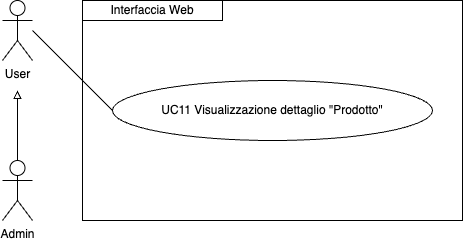
The draw.io diagram imgs/Uml/UC11.png in ShameIRL/farmacode, before a commit. Source tidied: cells renumbered, new cells last; positions are measured from the earlier drawing's top-left corner, leaving out a move shared by most shapes. The source it was exported from:
```xml
<mxGraphModel>
  <root>
    <mxCell id="0" />
    <mxCell id="1" parent="0" />
    <mxCell id="2" style="edgeStyle=orthogonalEdgeStyle;rounded=0;jettySize=auto;html=1;exitX=0.5;exitY=0;exitDx=0;exitDy=0;exitPerimeter=0;endArrow=block;endFill=0;" parent="1" edge="1" source="3">
      <mxGeometry relative="1" as="geometry">
        <mxPoint x="15" y="90" as="targetPoint" />
      </mxGeometry>
    </mxCell>
    <mxCell id="3" value="Admin" style="shape=umlActor;verticalLabelPosition=bottom;verticalAlign=top;html=1;outlineConnect=0;" parent="1" vertex="1">
      <mxGeometry y="160" width="30" height="60" as="geometry" />
    </mxCell>
    <mxCell id="4" value="User" style="shape=umlActor;verticalLabelPosition=bottom;verticalAlign=top;html=1;" parent="1" vertex="1">
      <mxGeometry width="30" height="60" as="geometry" />
    </mxCell>
    <mxCell id="5" style="endArrow=none;html=1;rounded=0;entryX=0;entryY=0.5;entryDx=0;entryDy=0;" parent="1" edge="1" target="7">
      <mxGeometry relative="1" as="geometry">
        <mxPoint x="30" y="30" as="sourcePoint" />
      </mxGeometry>
    </mxCell>
    <mxCell id="6" value="Interfaccia Web" style="rounded=0;whiteSpace=wrap;html=1;" parent="1" vertex="1">
      <mxGeometry x="80" width="140" height="20" as="geometry" />
    </mxCell>
    <mxCell id="7" value="UC11&amp;nbsp;Visualizzazione dettaglio &quot;Prodotto&quot;" style="ellipse;whiteSpace=wrap;html=1;" parent="1" vertex="1">
      <mxGeometry x="110" y="80" width="320" height="60" as="geometry" />
    </mxCell>
    <mxCell id="8" style="rounded=0;whiteSpace=wrap;html=1;fillColor=none;" parent="1" vertex="1">
      <mxGeometry x="80" width="380" height="220" as="geometry" />
    </mxCell>
  </root>
</mxGraphModel>
```
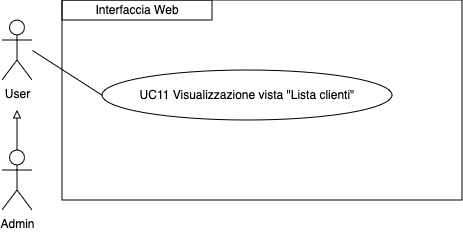
Above is the later version.

Diff of the diagram source:
```diff
@@ -2,30 +2,30 @@
   <root>
     <mxCell id="0" />
     <mxCell id="1" parent="0" />
-    <mxCell id="2" style="edgeStyle=orthogonalEdgeStyle;rounded=0;jettySize=auto;html=1;exitX=0.5;exitY=0;exitDx=0;exitDy=0;exitPerimeter=0;endArrow=block;endFill=0;" parent="1" edge="1" source="3">
-      <mxGeometry relative="1" as="geometry">
-        <mxPoint x="15" y="90" as="targetPoint" />
-      </mxGeometry>
-    </mxCell>
+    <mxCell id="9" style="edgeStyle=orthogonalEdgeStyle;rounded=0;jettySize=auto;html=1;exitX=0.5;exitY=0;exitDx=0;exitDy=0;exitPerimeter=0;endArrow=block;endFill=0;" parent="1" edge="1" source="3">
+      <mxGeometry relative="1" as="geometry">
+        <mxPoint x="15" y="90" as="targetPoint" />
+      </mxGeometry>
+    </mxCell>
     <mxCell id="3" value="Admin" style="shape=umlActor;verticalLabelPosition=bottom;verticalAlign=top;html=1;outlineConnect=0;" parent="1" vertex="1">
-      <mxGeometry y="160" width="30" height="60" as="geometry" />
+      <mxGeometry y="130" width="30" height="60" as="geometry" />
     </mxCell>
+    <mxCell id="10" value="&lt;div&gt;UC11 Visualizzazione vista &quot;Lista clienti&quot;&lt;br&gt;&lt;/div&gt;" style="ellipse;whiteSpace=wrap;html=1;" parent="1" vertex="1">
+      <mxGeometry x="100" y="50" width="290" height="50" as="geometry" />
+    </mxCell>
     <mxCell id="4" value="User" style="shape=umlActor;verticalLabelPosition=bottom;verticalAlign=top;html=1;" parent="1" vertex="1">
       <mxGeometry width="30" height="60" as="geometry" />
     </mxCell>
-    <mxCell id="5" style="endArrow=none;html=1;rounded=0;entryX=0;entryY=0.5;entryDx=0;entryDy=0;" parent="1" edge="1" target="7">
-      <mxGeometry relative="1" as="geometry">
-        <mxPoint x="30" y="30" as="sourcePoint" />
-      </mxGeometry>
-    </mxCell>
+    <mxCell id="11" style="endArrow=none;html=1;rounded=0;entryX=0;entryY=0.5;entryDx=0;entryDy=0;" parent="1" edge="1" target="10">
+      <mxGeometry relative="1" as="geometry">
+        <mxPoint x="30" y="30" as="sourcePoint" />
+      </mxGeometry>
+    </mxCell>
     <mxCell id="6" value="Interfaccia Web" style="rounded=0;whiteSpace=wrap;html=1;" parent="1" vertex="1">
-      <mxGeometry x="80" width="140" height="20" as="geometry" />
+      <mxGeometry x="60" y="-20" width="150" height="20" as="geometry" />
     </mxCell>
-    <mxCell id="7" value="UC11&amp;nbsp;Visualizzazione dettaglio &quot;Prodotto&quot;" style="ellipse;whiteSpace=wrap;html=1;" parent="1" vertex="1">
-      <mxGeometry x="110" y="80" width="320" height="60" as="geometry" />
-    </mxCell>
-    <mxCell id="8" style="rounded=0;whiteSpace=wrap;html=1;fillColor=none;" parent="1" vertex="1">
-      <mxGeometry x="80" width="380" height="220" as="geometry" />
-    </mxCell>
+    <mxCell id="12" style="rounded=0;whiteSpace=wrap;html=1;fillColor=none;" parent="1" vertex="1">
+      <mxGeometry x="60" y="-20" width="400" height="200" as="geometry" />
+    </mxCell>
   </root>
 </mxGraphModel>
```
